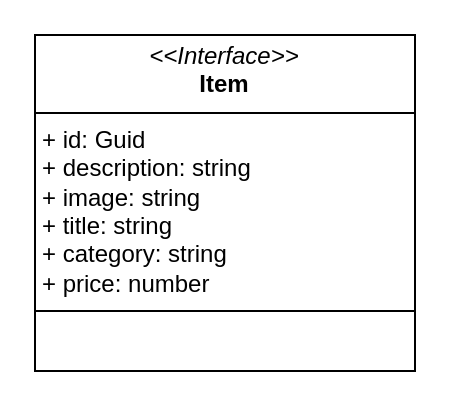
Before: weblarek.drawio in NikolayMayorov/web-larek-frontend, a draw.io diagram. Source tidied: cells renumbered, new cells numbered last; positions are measured from the earlier drawing's top-left corner, leaving out a move shared by most shapes. Both pictures are drawn from the tidied source at 200%, with x=0, y=0 at pixel (34, 34).
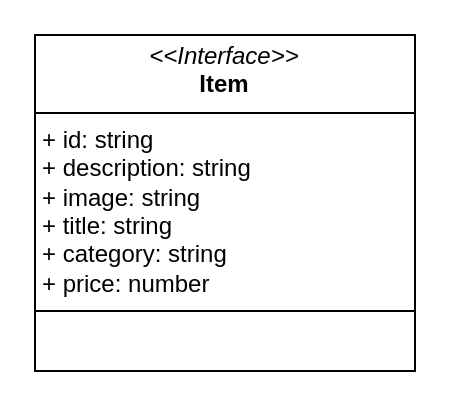
Above is the later version.

The edit, as a diff of the source:
```diff
@@
 <mxGraphModel>
   <root>
     <mxCell id="0" />
     <mxCell id="1" parent="0" />
-    <mxCell id="2" value="&lt;p style=&quot;margin:0px;margin-top:4px;text-align:center;&quot;&gt;&lt;i&gt;&amp;lt;&amp;lt;Interface&amp;gt;&amp;gt;&lt;/i&gt;&lt;br&gt;&lt;b&gt;Item&lt;/b&gt;&lt;/p&gt;&lt;hr size=&quot;1&quot; style=&quot;border-style:solid;&quot;&gt;&lt;p style=&quot;margin:0px;margin-left:4px;&quot;&gt;+ id: Guid&lt;br&gt;+ description: string&lt;/p&gt;&lt;p style=&quot;margin:0px;margin-left:4px;&quot;&gt;+ image: string&lt;/p&gt;&lt;p style=&quot;margin:0px;margin-left:4px;&quot;&gt;+ title: string&lt;/p&gt;&lt;p style=&quot;margin:0px;margin-left:4px;&quot;&gt;+ category: string&lt;/p&gt;&lt;p style=&quot;margin:0px;margin-left:4px;&quot;&gt;+ price: number&lt;/p&gt;&lt;hr size=&quot;1&quot; style=&quot;border-style:solid;&quot;&gt;&lt;p style=&quot;margin:0px;margin-left:4px;&quot;&gt;&lt;br&gt;&lt;/p&gt;" style="verticalAlign=top;align=left;overflow=fill;html=1;whiteSpace=wrap;" parent="1" vertex="1">
+    <mxCell id="2" value="&lt;p style=&quot;margin:0px;margin-top:4px;text-align:center;&quot;&gt;&lt;i&gt;&amp;lt;&amp;lt;Interface&amp;gt;&amp;gt;&lt;/i&gt;&lt;br&gt;&lt;b&gt;Item&lt;/b&gt;&lt;/p&gt;&lt;hr size=&quot;1&quot; style=&quot;border-style:solid;&quot;&gt;&lt;p style=&quot;margin:0px;margin-left:4px;&quot;&gt;+ id: string&lt;br&gt;+ description: string&lt;/p&gt;&lt;p style=&quot;margin:0px;margin-left:4px;&quot;&gt;+ image: string&lt;/p&gt;&lt;p style=&quot;margin:0px;margin-left:4px;&quot;&gt;+ title: string&lt;/p&gt;&lt;p style=&quot;margin:0px;margin-left:4px;&quot;&gt;+ category: string&lt;/p&gt;&lt;p style=&quot;margin:0px;margin-left:4px;&quot;&gt;+ price: number&lt;/p&gt;&lt;hr size=&quot;1&quot; style=&quot;border-style:solid;&quot;&gt;&lt;p style=&quot;margin:0px;margin-left:4px;&quot;&gt;&lt;br&gt;&lt;/p&gt;" style="verticalAlign=top;align=left;overflow=fill;html=1;whiteSpace=wrap;" parent="1" vertex="1">
       <mxGeometry width="190" height="168" as="geometry" />
     </mxCell>
   </root>
 </mxGraphModel>
```
